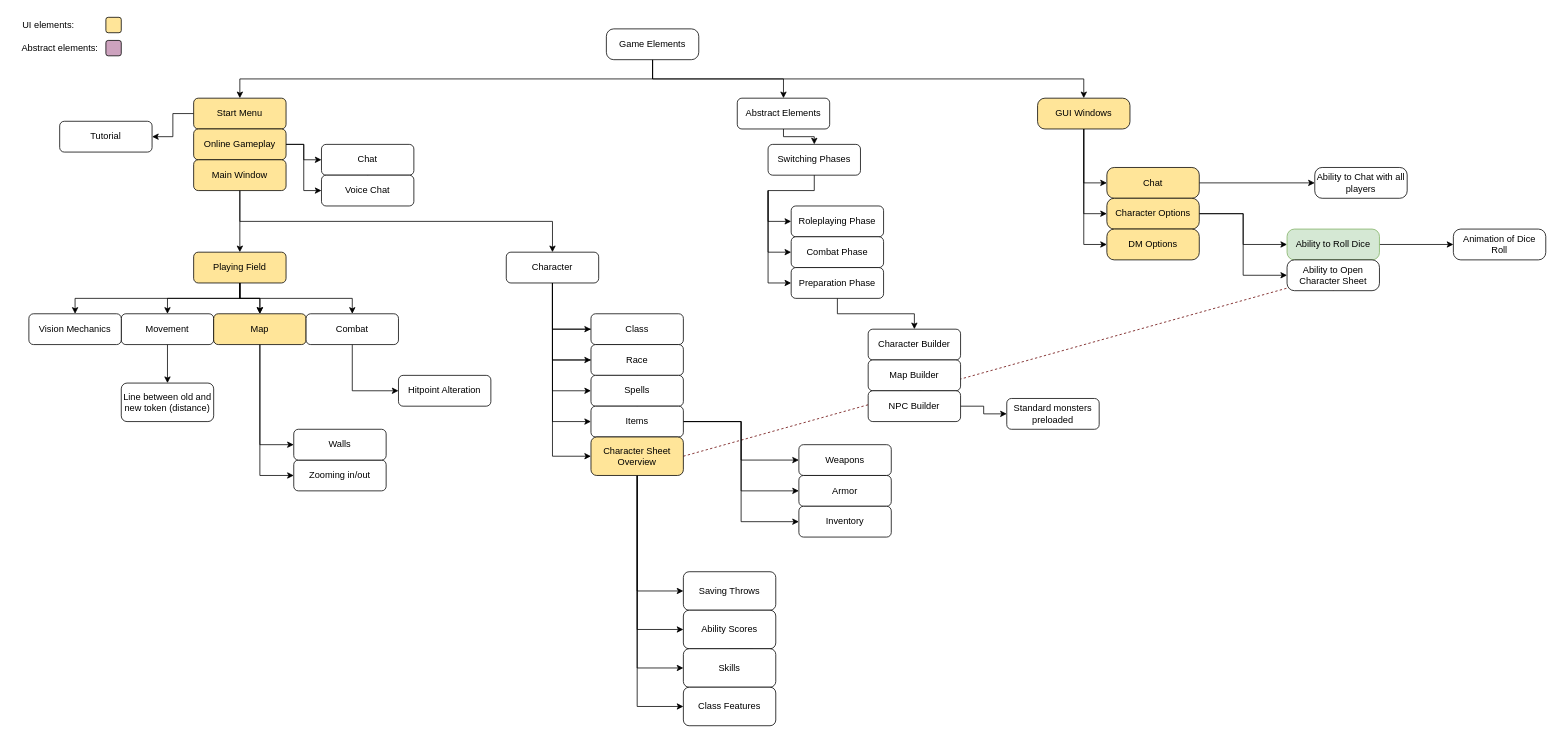
The draw.io diagram Dependency graph.drawio in Nemijt03/Dnd-Simulator, before the edit. Source tidied: cells renumbered, new cells numbered last; positions are measured from the earlier drawing's top-left corner, leaving out a move shared by most shapes. Both pictures are drawn from the tidied source at 77%, with x=0, y=0 at pixel (13, 13).
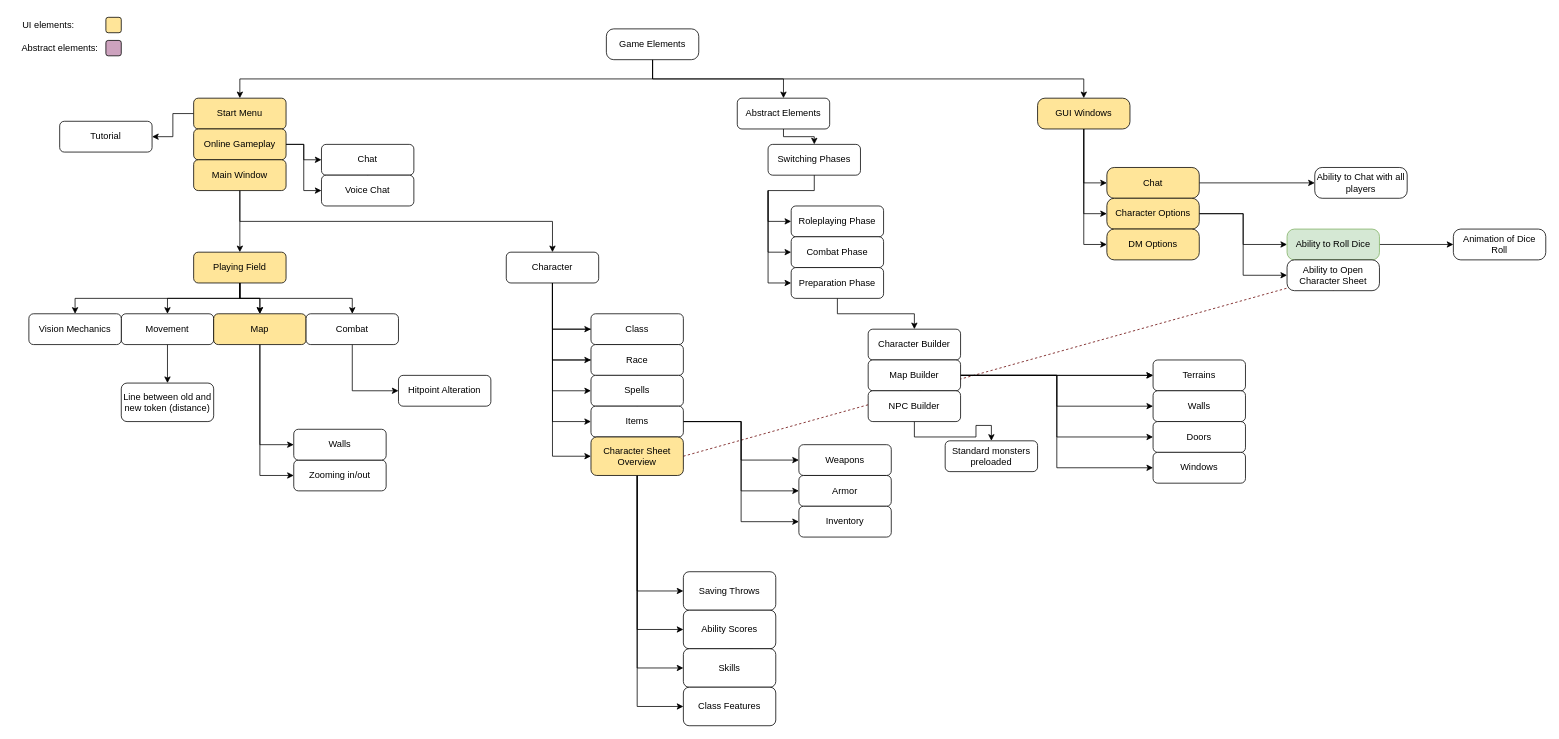
After the change.

Unchanged cells that the change refers to:
```xml
<mxCell id="37" value="Map Builder" style="rounded=1;whiteSpace=wrap;html=1;" parent="1" vertex="1">
  <mxGeometry x="1110" y="450" width="120" height="40" as="geometry" />
</mxCell>
```

Change to the diagram source:
```diff
@@
+    <mxCell id="100" style="edgeStyle=orthogonalEdgeStyle;rounded=0;jettySize=auto;html=1;exitX=1;exitY=0.5;exitDx=0;exitDy=0;" parent="1" edge="1" source="37" target="105">
+      <mxGeometry relative="1" as="geometry" />
+    </mxCell>
+    <mxCell id="101" style="edgeStyle=orthogonalEdgeStyle;rounded=0;jettySize=auto;html=1;exitX=1;exitY=0.5;exitDx=0;exitDy=0;" parent="1" edge="1" source="37" target="105">
+      <mxGeometry relative="1" as="geometry" />
+    </mxCell>
+    <mxCell id="102" style="edgeStyle=orthogonalEdgeStyle;rounded=0;jettySize=auto;html=1;entryX=0;entryY=0.5;entryDx=0;entryDy=0;" parent="1" edge="1" source="37" target="106">
+      <mxGeometry relative="1" as="geometry" />
+    </mxCell>
+    <mxCell id="103" style="edgeStyle=orthogonalEdgeStyle;rounded=0;jettySize=auto;html=1;entryX=0;entryY=0.5;entryDx=0;entryDy=0;" parent="1" edge="1" source="37" target="108">
+      <mxGeometry relative="1" as="geometry" />
+    </mxCell>
+    <mxCell id="104" style="edgeStyle=orthogonalEdgeStyle;rounded=0;jettySize=auto;html=1;entryX=0;entryY=0.5;entryDx=0;entryDy=0;" parent="1" edge="1" source="37" target="109">
+      <mxGeometry relative="1" as="geometry" />
+    </mxCell>
@@
     <mxCell id="99" value="Standard monsters&lt;br&gt;preloaded" style="rounded=1;whiteSpace=wrap;html=1;fillColor=#FFFFFF;" parent="1" vertex="1">
-      <mxGeometry x="1290" y="500" width="120" height="40" as="geometry" />
+      <mxGeometry x="1210" y="555" width="120" height="40" as="geometry" />
     </mxCell>
+    <mxCell id="105" value="Terrains" style="rounded=1;whiteSpace=wrap;html=1;" parent="1" vertex="1">
+      <mxGeometry x="1480" y="450" width="120" height="40" as="geometry" />
+    </mxCell>
+    <mxCell id="106" value="Walls" style="rounded=1;whiteSpace=wrap;html=1;" parent="1" vertex="1">
+      <mxGeometry x="1480" y="490" width="120" height="40" as="geometry" />
+    </mxCell>
+    <mxCell id="107" style="edgeStyle=orthogonalEdgeStyle;rounded=0;jettySize=auto;html=1;" parent="1" edge="1" source="108" target="109">
+      <mxGeometry relative="1" as="geometry" />
+    </mxCell>
+    <mxCell id="108" value="Doors" style="rounded=1;whiteSpace=wrap;html=1;" parent="1" vertex="1">
+      <mxGeometry x="1480" y="530" width="120" height="40" as="geometry" />
+    </mxCell>
+    <mxCell id="109" value="Windows" style="whiteSpace=wrap;html=1;rounded=1;" parent="1" vertex="1">
+      <mxGeometry x="1480" y="570" width="120" height="40" as="geometry" />
+    </mxCell>
```
